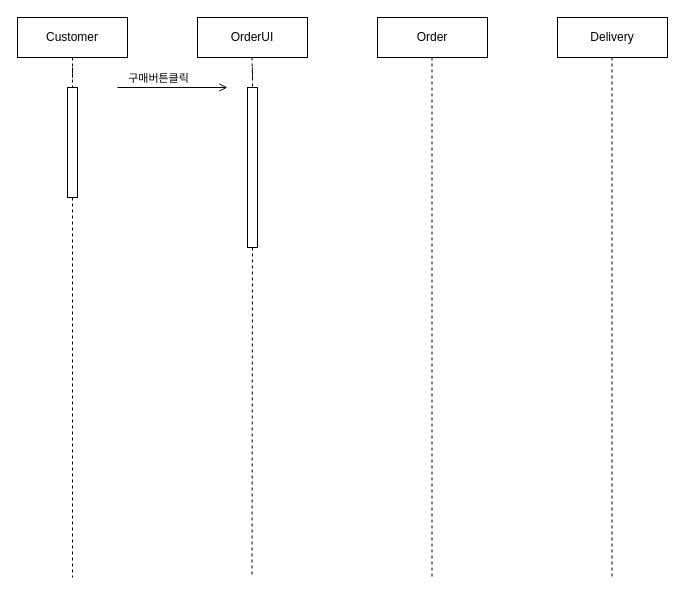
The draw.io diagram 시퀀스다이어그램.drawio in hyun10144/Lecture3-1, before the edit. Source tidied: cells renumbered, new cells numbered last; positions are measured from the earlier drawing's top-left corner, leaving out a move shared by most shapes. Both pictures are drawn from the tidied source at 100%, with x=0, y=0 at pixel (17, 17).
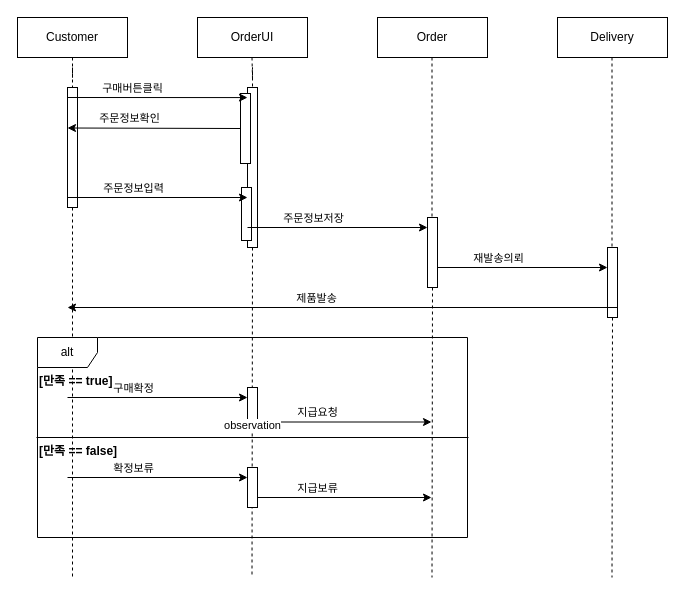
Above is the later version.

Commit message (it also covers changes not shown here):
시퀀스다이어그램.drawio 업데이트

Unchanged cells that the change refers to:
```xml
<mxCell id="15" style="rounded=0;dashed=0;" parent="1" vertex="1">
  <mxGeometry x="230" y="70" width="10" height="160" as="geometry" />
</mxCell>
```

The edit, as a diff of the source:
```diff
@@
-    <mxCell id="8" style="edgeStyle=orthogonalEdgeStyle;rounded=0;orthogonalLoop=1;jettySize=auto;html=1;exitX=0.5;exitY=1;exitDx=0;exitDy=0;endArrow=none;endFill=0;dashed=1;" parent="1" edge="1">
+    <mxCell id="8" style="edgeStyle=orthogonalEdgeStyle;rounded=0;jettySize=auto;html=1;exitX=0.5;exitY=1;exitDx=0;exitDy=0;endArrow=none;endFill=0;dashed=1;" parent="1" edge="1" source="17">
       <mxGeometry relative="1" as="geometry">
-        <mxPoint x="414.5" y="40" as="sourcePoint" />
         <mxPoint x="414.5" y="560" as="targetPoint" />
       </mxGeometry>
     </mxCell>
-    <mxCell id="9" style="edgeStyle=orthogonalEdgeStyle;rounded=0;orthogonalLoop=1;jettySize=auto;html=1;exitX=0.5;exitY=1;exitDx=0;exitDy=0;endArrow=none;endFill=0;dashed=1;" parent="1" edge="1">
+    <mxCell id="9" style="edgeStyle=orthogonalEdgeStyle;rounded=0;jettySize=auto;html=1;exitX=0.5;exitY=1;exitDx=0;exitDy=0;endArrow=none;endFill=0;dashed=1;" parent="1" edge="1" source="19">
       <mxGeometry relative="1" as="geometry">
-        <mxPoint x="594.5" y="40" as="sourcePoint" />
         <mxPoint x="594.5" y="560" as="targetPoint" />
       </mxGeometry>
     </mxCell>
-    <mxCell id="10" style="html=1;verticalAlign=bottom;startArrow=none;endArrow=open;endFill=0;rounded=0;" parent="1" edge="1">
-      <mxGeometry relative="1" as="geometry">
-        <mxPoint x="100" y="70" as="sourcePoint" />
-        <mxPoint x="210" y="70" as="targetPoint" />
-      </mxGeometry>
-    </mxCell>
-    <mxCell id="11" value="구매버튼클릭" style="edgeLabel;html=1;align=center;verticalAlign=middle;" parent="10" vertex="1">
-      <mxGeometry x="-0.01" y="-2" relative="1" as="geometry">
-        <mxPoint x="-14" y="-12" as="offset" />
-      </mxGeometry>
-    </mxCell>
@@
     <mxCell id="13" style="rounded=0;dashed=0;" parent="1" vertex="1">
-      <mxGeometry x="50" y="70" width="10" height="110" as="geometry" />
+      <mxGeometry x="50" y="70" width="10" height="120" as="geometry" />
     </mxCell>
@@
+    <mxCell id="16" style="edgeStyle=orthogonalEdgeStyle;rounded=0;jettySize=auto;html=1;exitX=0.5;exitY=1;exitDx=0;exitDy=0;endArrow=none;endFill=0;dashed=1;" parent="1" edge="1" target="17">
+      <mxGeometry relative="1" as="geometry">
+        <mxPoint x="414.5" y="40" as="sourcePoint" />
+      </mxGeometry>
+    </mxCell>
+    <mxCell id="17" style="rounded=0;dashed=0;" parent="1" vertex="1">
+      <mxGeometry x="410" y="200" width="10" height="70" as="geometry" />
+    </mxCell>
+    <mxCell id="18" style="edgeStyle=orthogonalEdgeStyle;rounded=0;jettySize=auto;html=1;exitX=0.5;exitY=1;exitDx=0;exitDy=0;endArrow=none;endFill=0;dashed=1;" parent="1" edge="1" target="19">
+      <mxGeometry relative="1" as="geometry">
+        <mxPoint x="594.5" y="40" as="sourcePoint" />
+      </mxGeometry>
+    </mxCell>
+    <mxCell id="19" style="rounded=0;dashed=0;" parent="1" vertex="1">
+      <mxGeometry x="590" y="230" width="10" height="70" as="geometry" />
+    </mxCell>
+    <mxCell id="20" style="rounded=0;dashed=0;" parent="1" vertex="1">
+      <mxGeometry x="223" y="76" width="10" height="70" as="geometry" />
+    </mxCell>
+    <mxCell id="21" style="rounded=0;dashed=0;" parent="1" vertex="1">
+      <mxGeometry x="224" y="170" width="10" height="53" as="geometry" />
+    </mxCell>
+    <mxCell id="10" style="html=1;verticalAlign=bottom;startArrow=none;endArrow=classic;endFill=1;rounded=0;entryX=0;entryY=0.063;entryDx=0;entryDy=0;entryPerimeter=0;" parent="1" edge="1" target="15">
+      <mxGeometry relative="1" as="geometry">
+        <mxPoint x="50" y="80" as="sourcePoint" />
+      </mxGeometry>
+    </mxCell>
+    <mxCell id="11" value="구매버튼클릭" style="edgeLabel;html=1;align=center;verticalAlign=middle;" parent="10" vertex="1">
+      <mxGeometry x="-0.01" y="-2" relative="1" as="geometry">
+        <mxPoint x="-24" y="-12" as="offset" />
+      </mxGeometry>
+    </mxCell>
+    <mxCell id="22" style="html=1;verticalAlign=bottom;startArrow=none;endArrow=classic;endFill=1;rounded=0;entryX=0;entryY=0.063;entryDx=0;entryDy=0;entryPerimeter=0;" parent="1" edge="1">
+      <mxGeometry relative="1" as="geometry">
+        <mxPoint x="50" y="180" as="sourcePoint" />
+        <mxPoint x="230" y="180" as="targetPoint" />
+      </mxGeometry>
+    </mxCell>
+    <mxCell id="23" value="주문정보입력" style="edgeLabel;html=1;align=center;verticalAlign=middle;" parent="22" vertex="1">
+      <mxGeometry x="-0.01" y="-2" relative="1" as="geometry">
+        <mxPoint x="-24" y="-12" as="offset" />
+      </mxGeometry>
+    </mxCell>
+    <mxCell id="24" style="html=1;verticalAlign=bottom;startArrow=classic;endArrow=none;endFill=0;rounded=0;startFill=1;entryX=0;entryY=0.5;entryDx=0;entryDy=0;" parent="1" edge="1" target="20">
+      <mxGeometry relative="1" as="geometry">
+        <mxPoint x="50" y="110.5" as="sourcePoint" />
+      </mxGeometry>
+    </mxCell>
+    <mxCell id="25" value="주문정보확인" style="edgeLabel;html=1;align=center;verticalAlign=middle;" parent="24" vertex="1">
+      <mxGeometry x="-0.01" y="-2" relative="1" as="geometry">
+        <mxPoint x="-24" y="-12" as="offset" />
+      </mxGeometry>
+    </mxCell>
+    <mxCell id="26" style="html=1;verticalAlign=bottom;startArrow=none;endArrow=classic;endFill=1;rounded=0;entryX=0;entryY=0.063;entryDx=0;entryDy=0;entryPerimeter=0;" parent="1" edge="1">
+      <mxGeometry relative="1" as="geometry">
+        <mxPoint x="420" y="250" as="sourcePoint" />
+        <mxPoint x="590" y="250" as="targetPoint" />
+      </mxGeometry>
+    </mxCell>
+    <mxCell id="27" value="재발송의뢰" style="edgeLabel;html=1;align=center;verticalAlign=middle;" parent="26" vertex="1">
+      <mxGeometry x="-0.01" y="-2" relative="1" as="geometry">
+        <mxPoint x="-24" y="-12" as="offset" />
+      </mxGeometry>
+    </mxCell>
+    <mxCell id="28" style="html=1;verticalAlign=bottom;startArrow=none;endArrow=classic;endFill=1;rounded=0;" parent="1" edge="1">
+      <mxGeometry relative="1" as="geometry">
+        <mxPoint x="230" y="210" as="sourcePoint" />
+        <mxPoint x="410" y="210" as="targetPoint" />
+      </mxGeometry>
+    </mxCell>
+    <mxCell id="29" value="주문정보저장" style="edgeLabel;html=1;align=center;verticalAlign=middle;" parent="28" vertex="1">
+      <mxGeometry x="-0.01" y="-2" relative="1" as="geometry">
+        <mxPoint x="-24" y="-12" as="offset" />
+      </mxGeometry>
+    </mxCell>
+    <mxCell id="30" style="html=1;verticalAlign=bottom;startArrow=classic;endArrow=none;endFill=0;rounded=0;entryX=0;entryY=0.063;entryDx=0;entryDy=0;entryPerimeter=0;startFill=1;" parent="1" edge="1">
+      <mxGeometry relative="1" as="geometry">
+        <mxPoint x="50" y="290" as="sourcePoint" />
+        <mxPoint x="600" y="290" as="targetPoint" />
+      </mxGeometry>
+    </mxCell>
+    <mxCell id="31" value="제품발송" style="edgeLabel;html=1;align=center;verticalAlign=middle;" parent="30" vertex="1">
+      <mxGeometry x="-0.01" y="-2" relative="1" as="geometry">
+        <mxPoint x="-24" y="-12" as="offset" />
+      </mxGeometry>
+    </mxCell>
+    <mxCell id="32" value="alt" style="shape=umlFrame;whiteSpace=wrap;html=1;width=60;height=30;" parent="1" vertex="1">
+      <mxGeometry x="20" y="320" width="430" height="200" as="geometry" />
+    </mxCell>
+    <mxCell id="33" value="&lt;b&gt;[만족 == true]&lt;/b&gt;" style="text;align=left;html=1;" parent="32" vertex="1">
+      <mxGeometry width="100" height="20" relative="1" as="geometry">
+        <mxPoint y="30" as="offset" />
+      </mxGeometry>
+    </mxCell>
+    <mxCell id="34" style="html=1;verticalAlign=bottom;startArrow=none;endArrow=classic;endFill=1;rounded=0;entryX=0;entryY=0.063;entryDx=0;entryDy=0;entryPerimeter=0;" parent="32" edge="1">
+      <mxGeometry relative="1" as="geometry">
+        <mxPoint x="30" y="60" as="sourcePoint" />
+        <mxPoint x="210" y="60" as="targetPoint" />
+      </mxGeometry>
+    </mxCell>
+    <mxCell id="35" value="구매확정" style="edgeLabel;html=1;align=center;verticalAlign=middle;" parent="34" vertex="1">
+      <mxGeometry x="-0.01" y="-2" relative="1" as="geometry">
+        <mxPoint x="-24" y="-12" as="offset" />
+      </mxGeometry>
+    </mxCell>
+    <mxCell id="36" style="html=1;verticalAlign=bottom;startArrow=none;endArrow=classic;endFill=1;rounded=0;entryX=0;entryY=0.063;entryDx=0;entryDy=0;entryPerimeter=0;" parent="32" edge="1">
+      <mxGeometry relative="1" as="geometry">
+        <mxPoint x="30" y="140" as="sourcePoint" />
+        <mxPoint x="210" y="140" as="targetPoint" />
+      </mxGeometry>
+    </mxCell>
+    <mxCell id="37" value="확정보류" style="edgeLabel;html=1;align=center;verticalAlign=middle;" parent="36" vertex="1">
+      <mxGeometry x="-0.01" y="-2" relative="1" as="geometry">
+        <mxPoint x="-24" y="-12" as="offset" />
+      </mxGeometry>
+    </mxCell>
+    <mxCell id="38" style="html=1;verticalAlign=bottom;startArrow=none;endArrow=classic;endFill=1;rounded=0;entryX=0;entryY=0.063;entryDx=0;entryDy=0;entryPerimeter=0;" parent="32" edge="1">
+      <mxGeometry relative="1" as="geometry">
+        <mxPoint x="214" y="160" as="sourcePoint" />
+        <mxPoint x="394" y="160" as="targetPoint" />
+      </mxGeometry>
+    </mxCell>
+    <mxCell id="39" value="지급보류" style="edgeLabel;html=1;align=center;verticalAlign=middle;" parent="38" vertex="1">
+      <mxGeometry x="-0.01" y="-2" relative="1" as="geometry">
+        <mxPoint x="-24" y="-12" as="offset" />
+      </mxGeometry>
+    </mxCell>
+    <mxCell id="40" style="html=1;verticalAlign=bottom;startArrow=none;endArrow=classic;endFill=1;rounded=0;entryX=0;entryY=0.063;entryDx=0;entryDy=0;entryPerimeter=0;" parent="32" edge="1">
+      <mxGeometry relative="1" as="geometry">
+        <mxPoint x="214" y="84.5" as="sourcePoint" />
+        <mxPoint x="394" y="84.5" as="targetPoint" />
+      </mxGeometry>
+    </mxCell>
+    <mxCell id="41" value="지급요청" style="edgeLabel;html=1;align=center;verticalAlign=middle;" parent="40" vertex="1">
+      <mxGeometry x="-0.01" y="-2" relative="1" as="geometry">
+        <mxPoint x="-24" y="-12" as="offset" />
+      </mxGeometry>
+    </mxCell>
+    <mxCell id="42" style="rounded=0;dashed=0;" parent="32" vertex="1">
+      <mxGeometry x="210" y="50" width="10" height="40" as="geometry" />
+    </mxCell>
+    <mxCell id="43" style="rounded=0;dashed=0;" parent="32" vertex="1">
+      <mxGeometry x="210" y="130" width="10" height="40" as="geometry" />
+    </mxCell>
+    <mxCell id="44" value="&lt;b&gt;[만족 == false]&lt;/b&gt;" style="text;align=left;html=1;" parent="32" vertex="1">
+      <mxGeometry y="100" width="100" height="20" as="geometry" />
+    </mxCell>
+    <mxCell id="45" value="observation" style="endArrow=none;html=1;endSize=12;startArrow=none;startSize=14;startFill=0;edgeStyle=orthogonalEdgeStyle;align=center;verticalAlign=bottom;endFill=0;rounded=0;" parent="1" edge="1">
+      <mxGeometry y="3" relative="1" as="geometry">
+        <mxPoint x="19" y="420" as="sourcePoint" />
+        <mxPoint x="451" y="420" as="targetPoint" />
+      </mxGeometry>
+    </mxCell>
```
